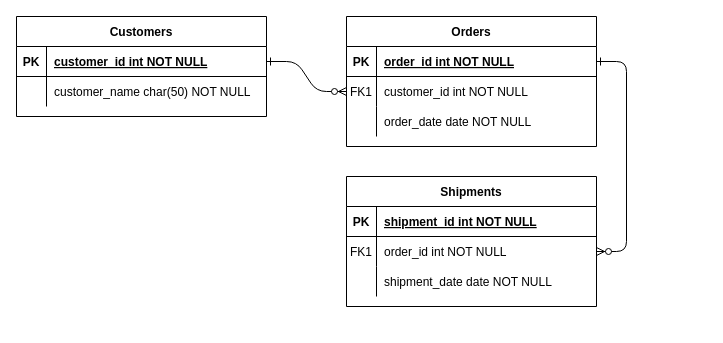
This is 未命名绘图.drawio from qiuliangbin/draw.io, a draw.io file, before an edit. Source tidied: cells renumbered, new cells numbered last; positions are measured from the earlier drawing's top-left corner, leaving out a move shared by most shapes. Both pictures are drawn from the tidied source at 100%, with x=0, y=0 at pixel (16, 16).
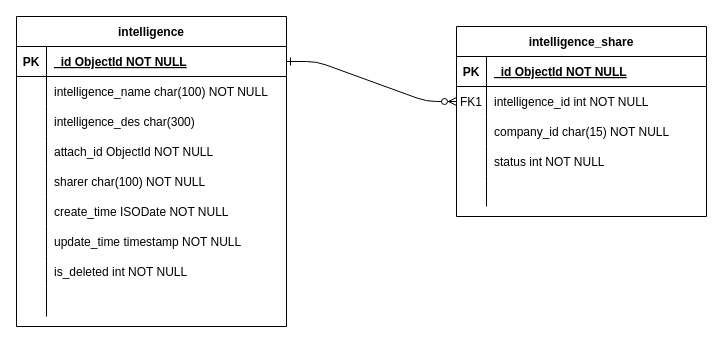
The same page after the edit.

Unchanged cells that the change refers to:
```xml
<mxCell id="5" style="shape=partialRectangle;fillColor=none;points=[[0,0.5],[1,0.5]];portConstraint=eastwest;top=0;left=0;right=0;bottom=1;" parent="4" vertex="1">
  <mxGeometry y="30" width="250" height="30" as="geometry" />
</mxCell>
<mxCell id="8" style="shape=partialRectangle;fillColor=none;points=[[0,0.5],[1,0.5]];portConstraint=eastwest;top=0;left=0;right=0;bottom=0;" parent="4" vertex="1">
  <mxGeometry y="60" width="250" height="30" as="geometry" />
</mxCell>
<mxCell id="11" style="shape=partialRectangle;fillColor=none;top=0;left=0;right=0;bottom=0;" parent="4" vertex="1">
  <mxGeometry y="90" width="250" height="30" as="geometry" />
</mxCell>
```

Diff of the diagram source:
```diff
@@
-    <mxCell id="3" style="edgeStyle=entityRelationEdgeStyle;endArrow=ERzeroToMany;startArrow=ERone;endFill=1;startFill=0;" parent="1" edge="1" source="5" target="18">
-      <mxGeometry relative="1" as="geometry" />
-    </mxCell>
-    <mxCell id="4" value="Orders" style="shape=table;startSize=30;childLayout=tableLayout;rowLines=0;fontStyle=1;align=center;" parent="1" vertex="1">
-      <mxGeometry x="330" width="250" height="130" as="geometry" />
+    <mxCell id="4" value="intelligence_share" style="shape=table;startSize=30;childLayout=tableLayout;rowLines=0;fontStyle=1;align=center;" parent="1" vertex="1">
+      <mxGeometry x="440" y="10" width="250" height="190" as="geometry" />
     </mxCell>
@@
-    <mxCell id="7" value="order_id int NOT NULL " style="shape=partialRectangle;overflow=hidden;fillColor=none;top=0;left=0;bottom=0;right=0;align=left;spacingLeft=6;fontStyle=5;" parent="5" vertex="1">
+    <mxCell id="7" value="_id ObjectId NOT NULL " style="shape=partialRectangle;overflow=hidden;fillColor=none;top=0;left=0;bottom=0;right=0;align=left;spacingLeft=6;fontStyle=5;" parent="5" vertex="1">
       <mxGeometry x="30" width="220" height="30" as="geometry" />
     </mxCell>
@@
-    <mxCell id="10" value="customer_id int NOT NULL" style="shape=partialRectangle;overflow=hidden;fillColor=none;top=0;left=0;bottom=0;right=0;align=left;spacingLeft=6;" parent="8" vertex="1">
+    <mxCell id="10" value="intelligence_id int NOT NULL" style="shape=partialRectangle;overflow=hidden;fillColor=none;top=0;left=0;bottom=0;right=0;align=left;spacingLeft=6;" parent="8" vertex="1">
       <mxGeometry x="30" width="220" height="30" as="geometry" />
     </mxCell>
@@
-    <mxCell id="13" value="order_date date NOT NULL" style="shape=partialRectangle;overflow=hidden;fillColor=none;top=0;left=0;bottom=0;right=0;align=left;spacingLeft=6;" parent="11" vertex="1">
+    <mxCell id="13" value="company_id char(15) NOT NULL" style="shape=partialRectangle;overflow=hidden;fillColor=none;top=0;left=0;bottom=0;right=0;align=left;spacingLeft=6;" parent="11" vertex="1">
       <mxGeometry x="30" width="220" height="30" as="geometry" />
     </mxCell>
-    <mxCell id="14" value="Shipments" style="shape=table;startSize=30;childLayout=tableLayout;rowLines=0;fontStyle=1;align=center;" parent="1" vertex="1">
-      <mxGeometry x="330" y="160" width="250" height="130" as="geometry" />
-    </mxCell>
-    <mxCell id="15" style="shape=partialRectangle;fillColor=none;top=0;left=0;right=0;bottom=1;" parent="14" vertex="1">
-      <mxGeometry y="30" width="250" height="30" as="geometry" />
-    </mxCell>
-    <mxCell id="16" value="PK" style="shape=partialRectangle;overflow=hidden;fillColor=none;top=0;left=0;bottom=0;right=0;fontStyle=1;" parent="15" vertex="1">
-      <mxGeometry width="30" height="30" as="geometry" />
-    </mxCell>
-    <mxCell id="17" value="shipment_id int NOT NULL " style="shape=partialRectangle;overflow=hidden;fillColor=none;top=0;left=0;bottom=0;right=0;align=left;spacingLeft=6;fontStyle=5;" parent="15" vertex="1">
-      <mxGeometry x="30" width="220" height="30" as="geometry" />
-    </mxCell>
-    <mxCell id="18" style="shape=partialRectangle;fillColor=none;points=[[0,0.5],[1,0.5]];portConstraint=eastwest;top=0;left=0;right=0;bottom=0;" parent="14" vertex="1">
-      <mxGeometry y="60" width="250" height="30" as="geometry" />
-    </mxCell>
-    <mxCell id="19" value="FK1" style="shape=partialRectangle;overflow=hidden;fillColor=none;top=0;left=0;bottom=0;right=0;" parent="18" vertex="1">
-      <mxGeometry width="30" height="30" as="geometry" />
-    </mxCell>
-    <mxCell id="20" value="order_id int NOT NULL" style="shape=partialRectangle;overflow=hidden;fillColor=none;top=0;left=0;bottom=0;right=0;align=left;spacingLeft=6;" parent="18" vertex="1">
-      <mxGeometry x="30" width="220" height="30" as="geometry" />
-    </mxCell>
-    <mxCell id="21" style="shape=partialRectangle;fillColor=none;top=0;left=0;right=0;bottom=0;" parent="14" vertex="1">
-      <mxGeometry y="90" width="250" height="30" as="geometry" />
-    </mxCell>
-    <mxCell id="22" style="shape=partialRectangle;overflow=hidden;fillColor=none;top=0;left=0;bottom=0;right=0;" parent="21" vertex="1">
-      <mxGeometry width="30" height="30" as="geometry" />
-    </mxCell>
-    <mxCell id="23" value="shipment_date date NOT NULL" style="shape=partialRectangle;overflow=hidden;fillColor=none;top=0;left=0;bottom=0;right=0;align=left;spacingLeft=6;" parent="21" vertex="1">
-      <mxGeometry x="30" width="220" height="30" as="geometry" />
-    </mxCell>
+    <mxCell id="31" style="shape=partialRectangle;fillColor=none;top=0;left=0;right=0;bottom=0;" parent="4" vertex="1">
+      <mxGeometry y="120" width="250" height="30" as="geometry" />
+    </mxCell>
+    <mxCell id="32" style="shape=partialRectangle;overflow=hidden;fillColor=none;top=0;left=0;bottom=0;right=0;" parent="31" vertex="1">
+      <mxGeometry width="30" height="30" as="geometry" />
+    </mxCell>
+    <mxCell id="33" value="status int NOT NULL" style="shape=partialRectangle;overflow=hidden;fillColor=none;top=0;left=0;bottom=0;right=0;align=left;spacingLeft=6;" parent="31" vertex="1">
+      <mxGeometry x="30" width="220" height="30" as="geometry" />
+    </mxCell>
+    <mxCell id="34" style="shape=partialRectangle;fillColor=none;top=0;left=0;right=0;bottom=0;" parent="4" vertex="1">
+      <mxGeometry y="150" width="250" height="30" as="geometry" />
+    </mxCell>
+    <mxCell id="35" style="shape=partialRectangle;overflow=hidden;fillColor=none;top=0;left=0;bottom=0;right=0;" parent="34" vertex="1">
+      <mxGeometry width="30" height="30" as="geometry" />
+    </mxCell>
+    <mxCell id="36" style="shape=partialRectangle;overflow=hidden;fillColor=none;top=0;left=0;bottom=0;right=0;align=left;spacingLeft=6;" parent="34" vertex="1">
+      <mxGeometry x="30" width="220" height="30" as="geometry" />
+    </mxCell>
-    <mxCell id="24" value="Customers" style="shape=table;startSize=30;childLayout=tableLayout;rowLines=0;fontStyle=1;align=center;" parent="1" vertex="1">
-      <mxGeometry width="250" height="100" as="geometry" />
+    <mxCell id="24" value="intelligence" style="shape=table;startSize=30;childLayout=tableLayout;rowLines=0;fontStyle=1;align=center;" parent="1" vertex="1">
+      <mxGeometry width="270" height="310" as="geometry" />
     </mxCell>
     <mxCell id="25" style="shape=partialRectangle;fillColor=none;points=[[0,0.5],[1,0.5]];portConstraint=eastwest;top=0;left=0;right=0;bottom=1;" parent="24" vertex="1">
-      <mxGeometry y="30" width="250" height="30" as="geometry" />
+      <mxGeometry y="30" width="270" height="30" as="geometry" />
     </mxCell>
@@
-    <mxCell id="27" value="customer_id int NOT NULL " style="shape=partialRectangle;overflow=hidden;fillColor=none;top=0;left=0;bottom=0;right=0;align=left;spacingLeft=6;fontStyle=5;" parent="25" vertex="1">
-      <mxGeometry x="30" width="220" height="30" as="geometry" />
+    <mxCell id="27" value="_id ObjectId NOT NULL " style="shape=partialRectangle;overflow=hidden;fillColor=none;top=0;left=0;bottom=0;right=0;align=left;spacingLeft=6;fontStyle=5;" parent="25" vertex="1">
+      <mxGeometry x="30" width="240" height="30" as="geometry" />
     </mxCell>
     <mxCell id="28" style="shape=partialRectangle;fillColor=none;top=0;left=0;right=0;bottom=0;" parent="24" vertex="1">
-      <mxGeometry y="60" width="250" height="30" as="geometry" />
+      <mxGeometry y="60" width="270" height="30" as="geometry" />
     </mxCell>
@@
-    <mxCell id="30" value="customer_name char(50) NOT NULL" style="shape=partialRectangle;overflow=hidden;fillColor=none;top=0;left=0;bottom=0;right=0;align=left;spacingLeft=6;" parent="28" vertex="1">
-      <mxGeometry x="30" width="220" height="30" as="geometry" />
+    <mxCell id="30" value="intelligence_name char(100) NOT NULL" style="shape=partialRectangle;overflow=hidden;fillColor=none;top=0;left=0;bottom=0;right=0;align=left;spacingLeft=6;" parent="28" vertex="1">
+      <mxGeometry x="30" width="240" height="30" as="geometry" />
     </mxCell>
+    <mxCell id="37" style="shape=partialRectangle;fillColor=none;top=0;left=0;right=0;bottom=0;" parent="24" vertex="1">
+      <mxGeometry y="90" width="270" height="30" as="geometry" />
+    </mxCell>
+    <mxCell id="38" style="shape=partialRectangle;overflow=hidden;fillColor=none;top=0;left=0;bottom=0;right=0;" parent="37" vertex="1">
+      <mxGeometry width="30" height="30" as="geometry" />
+    </mxCell>
+    <mxCell id="39" value="intelligence_des char(300)" style="shape=partialRectangle;overflow=hidden;fillColor=none;top=0;left=0;bottom=0;right=0;align=left;spacingLeft=6;" parent="37" vertex="1">
+      <mxGeometry x="30" width="240" height="30" as="geometry" />
+    </mxCell>
+    <mxCell id="40" style="shape=partialRectangle;fillColor=none;top=0;left=0;right=0;bottom=0;" parent="24" vertex="1">
+      <mxGeometry y="120" width="270" height="30" as="geometry" />
+    </mxCell>
+    <mxCell id="41" style="shape=partialRectangle;overflow=hidden;fillColor=none;top=0;left=0;bottom=0;right=0;" parent="40" vertex="1">
+      <mxGeometry width="30" height="30" as="geometry" />
+    </mxCell>
+    <mxCell id="42" value="attach_id ObjectId NOT NULL" style="shape=partialRectangle;overflow=hidden;fillColor=none;top=0;left=0;bottom=0;right=0;align=left;spacingLeft=6;" parent="40" vertex="1">
+      <mxGeometry x="30" width="240" height="30" as="geometry" />
+    </mxCell>
+    <mxCell id="43" style="shape=partialRectangle;fillColor=none;top=0;left=0;right=0;bottom=0;" parent="24" vertex="1">
+      <mxGeometry y="150" width="270" height="30" as="geometry" />
+    </mxCell>
+    <mxCell id="44" style="shape=partialRectangle;overflow=hidden;fillColor=none;top=0;left=0;bottom=0;right=0;" parent="43" vertex="1">
+      <mxGeometry width="30" height="30" as="geometry" />
+    </mxCell>
+    <mxCell id="45" value="sharer char(100) NOT NULL" style="shape=partialRectangle;overflow=hidden;fillColor=none;top=0;left=0;bottom=0;right=0;align=left;spacingLeft=6;" parent="43" vertex="1">
+      <mxGeometry x="30" width="240" height="30" as="geometry" />
+    </mxCell>
+    <mxCell id="46" style="shape=partialRectangle;fillColor=none;top=0;left=0;right=0;bottom=0;" parent="24" vertex="1">
+      <mxGeometry y="180" width="270" height="30" as="geometry" />
+    </mxCell>
+    <mxCell id="47" style="shape=partialRectangle;overflow=hidden;fillColor=none;top=0;left=0;bottom=0;right=0;" parent="46" vertex="1">
+      <mxGeometry width="30" height="30" as="geometry" />
+    </mxCell>
+    <mxCell id="48" value="create_time ISODate NOT NULL" style="shape=partialRectangle;overflow=hidden;fillColor=none;top=0;left=0;bottom=0;right=0;align=left;spacingLeft=6;" parent="46" vertex="1">
+      <mxGeometry x="30" width="240" height="30" as="geometry" />
+    </mxCell>
+    <mxCell id="49" style="shape=partialRectangle;fillColor=none;top=0;left=0;right=0;bottom=0;" parent="24" vertex="1">
+      <mxGeometry y="210" width="270" height="30" as="geometry" />
+    </mxCell>
+    <mxCell id="50" style="shape=partialRectangle;overflow=hidden;fillColor=none;top=0;left=0;bottom=0;right=0;" parent="49" vertex="1">
+      <mxGeometry width="30" height="30" as="geometry" />
+    </mxCell>
+    <mxCell id="51" value="update_time timestamp NOT NULL" style="shape=partialRectangle;overflow=hidden;fillColor=none;top=0;left=0;bottom=0;right=0;align=left;spacingLeft=6;" parent="49" vertex="1">
+      <mxGeometry x="30" width="240" height="30" as="geometry" />
+    </mxCell>
+    <mxCell id="52" style="shape=partialRectangle;fillColor=none;top=0;left=0;right=0;bottom=0;" parent="24" vertex="1">
+      <mxGeometry y="240" width="270" height="30" as="geometry" />
+    </mxCell>
+    <mxCell id="53" style="shape=partialRectangle;overflow=hidden;fillColor=none;top=0;left=0;bottom=0;right=0;" parent="52" vertex="1">
+      <mxGeometry width="30" height="30" as="geometry" />
+    </mxCell>
+    <mxCell id="54" value="is_deleted int NOT NULL" style="shape=partialRectangle;overflow=hidden;fillColor=none;top=0;left=0;bottom=0;right=0;align=left;spacingLeft=6;" parent="52" vertex="1">
+      <mxGeometry x="30" width="240" height="30" as="geometry" />
+    </mxCell>
+    <mxCell id="55" style="shape=partialRectangle;fillColor=none;top=0;left=0;right=0;bottom=0;" parent="24" vertex="1">
+      <mxGeometry y="270" width="270" height="30" as="geometry" />
+    </mxCell>
+    <mxCell id="56" style="shape=partialRectangle;overflow=hidden;fillColor=none;top=0;left=0;bottom=0;right=0;" parent="55" vertex="1">
+      <mxGeometry width="30" height="30" as="geometry" />
+    </mxCell>
+    <mxCell id="57" style="shape=partialRectangle;overflow=hidden;fillColor=none;top=0;left=0;bottom=0;right=0;align=left;spacingLeft=6;" parent="55" vertex="1">
+      <mxGeometry x="30" width="240" height="30" as="geometry" />
+    </mxCell>
```
